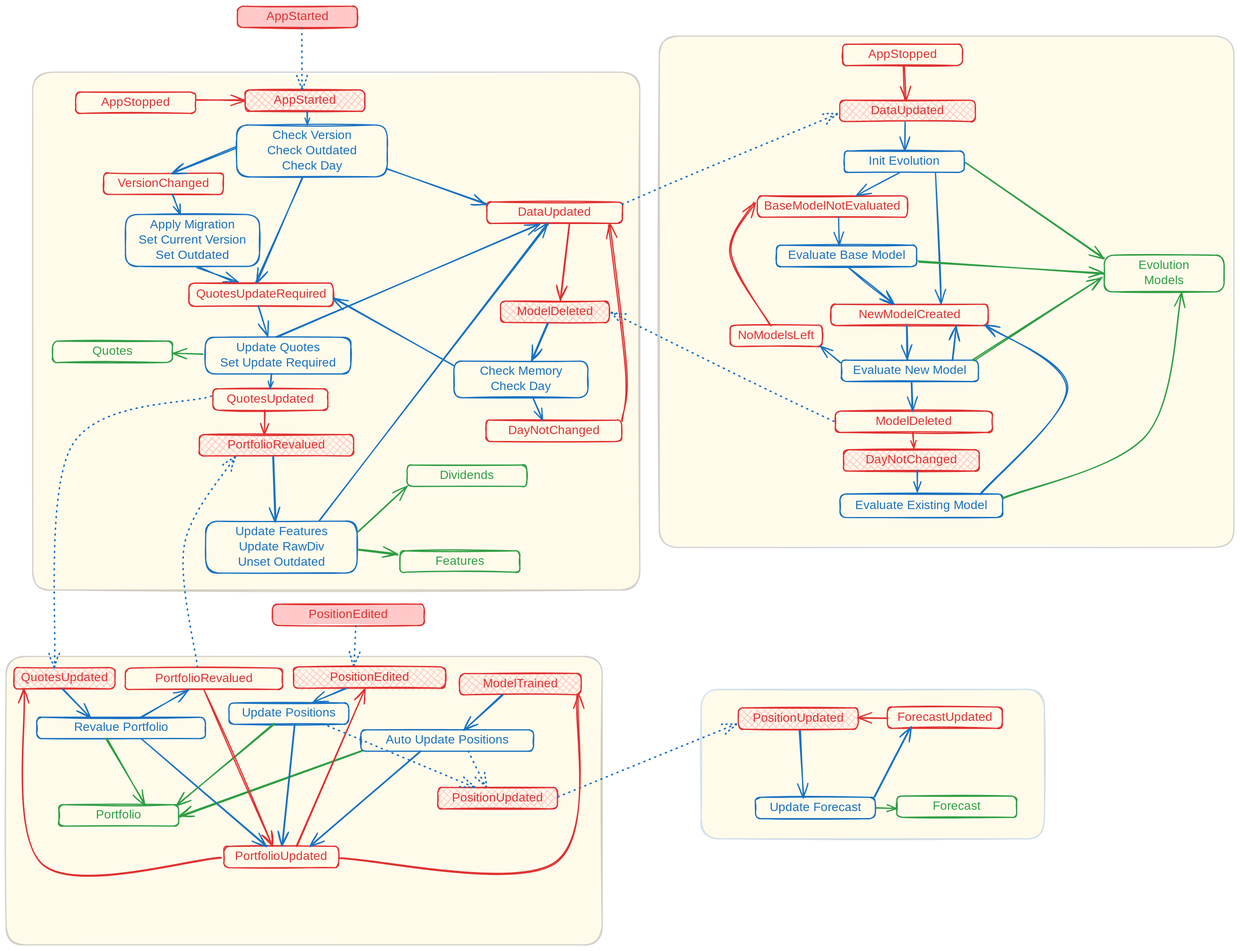
Before: docs/fsm.excalidraw.svg, a diagram exported from Excalidraw (WLM1ke/poptimizer). Source tidied: one line per element, renumbered; positions are measured from the earlier drawing's top-left corner, leaving out a move shared by most shapes.
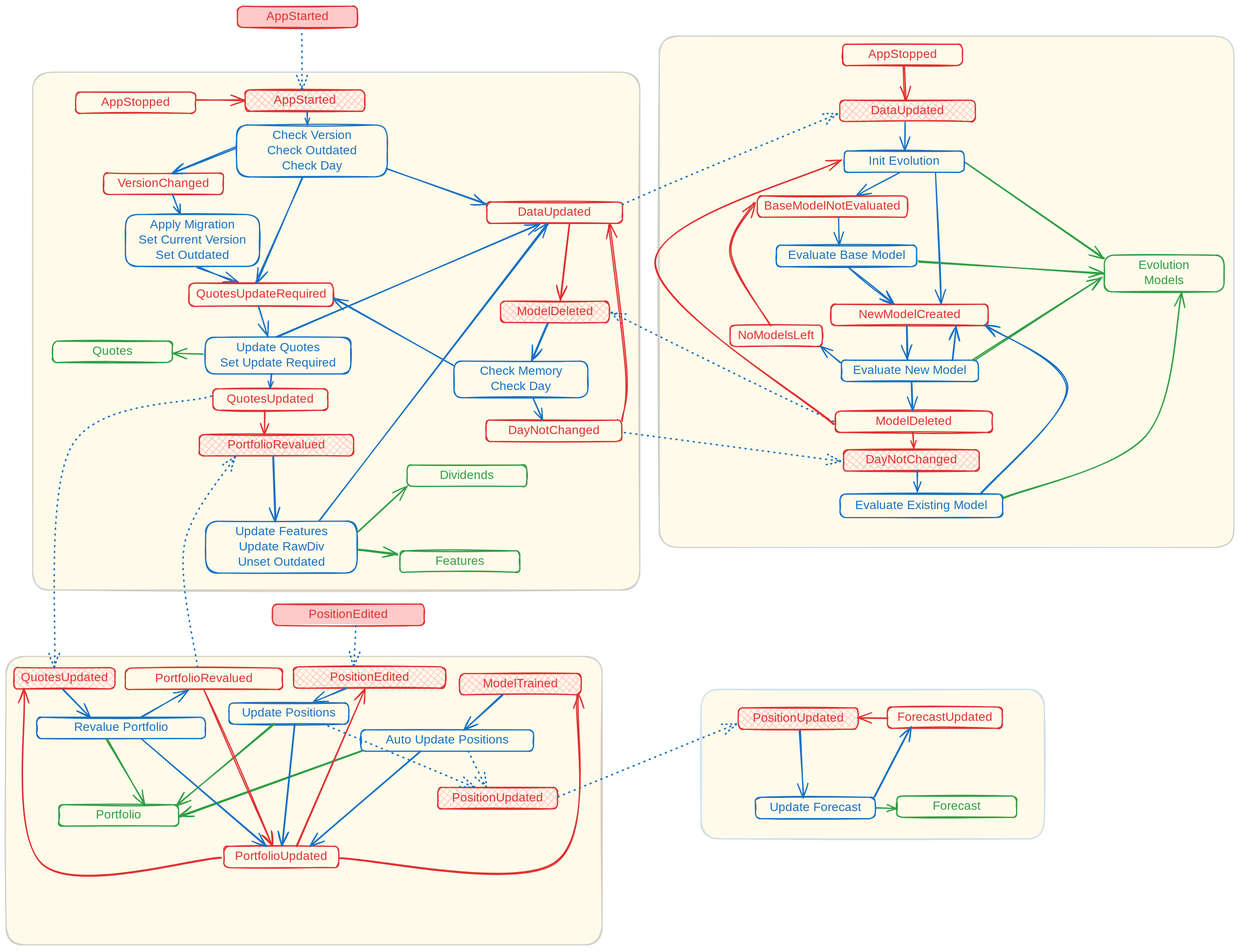
The same diagram one commit later.

Commit message:
feat: transition after day changed

The edit, as a diff of the source:
```diff
@@ -158,3 +158,5 @@
 {"id": 157, "type": "text", "text": "DayNotChanged", "strokeColor": "#e03131", "strokeWidth": 2, "roughness": 1, "fontSize": 20, "fontFamily": 5, "textAlign": "center", "verticalAlign": "middle", "inside": 156, "x": 1407, "y": 732, "width": 153, "height": 25}
 {"id": 158, "type": "arrow", "strokeColor": "#e03131", "backgroundColor": "#ffc9c9", "fillStyle": "solid", "strokeWidth": 2, "roughness": 1, "endArrowhead": "arrow", "round": true, "from": 119, "to": 156, "x": 1486, "y": 699, "width": 2, "height": 25, "points": [[0, 0], [2, 25]]}
 {"id": 159, "type": "arrow", "strokeColor": "#1971c2", "backgroundColor": "#ffc9c9", "fillStyle": "solid", "strokeWidth": 2, "roughness": 1, "endArrowhead": "arrow", "round": true, "from": 156, "to": 123, "x": 1493, "y": 761, "width": 1, "height": 35, "points": [[0, 0], [1, 35]]}
+{"id": 160, "type": "arrow", "strokeColor": "#1971c2", "strokeWidth": 2, "strokeStyle": "dotted", "roughness": 1, "endArrowhead": "arrow", "round": true, "from": 152, "to": 156, "x": 1013, "y": 698, "width": 355, "height": 48, "points": [[0, 0], [355, 48]]}
+{"id": 161, "type": "arrow", "strokeColor": "#e03131", "backgroundColor": "#ffc9c9", "fillStyle": "solid", "strokeWidth": 2, "roughness": 1, "endArrowhead": "arrow", "round": true, "from": 119, "to": 113, "x": 1357, "y": 685, "width": 305, "height": 433, "points": [[0, 0], [-293, -266], [13, -433]]}
```
